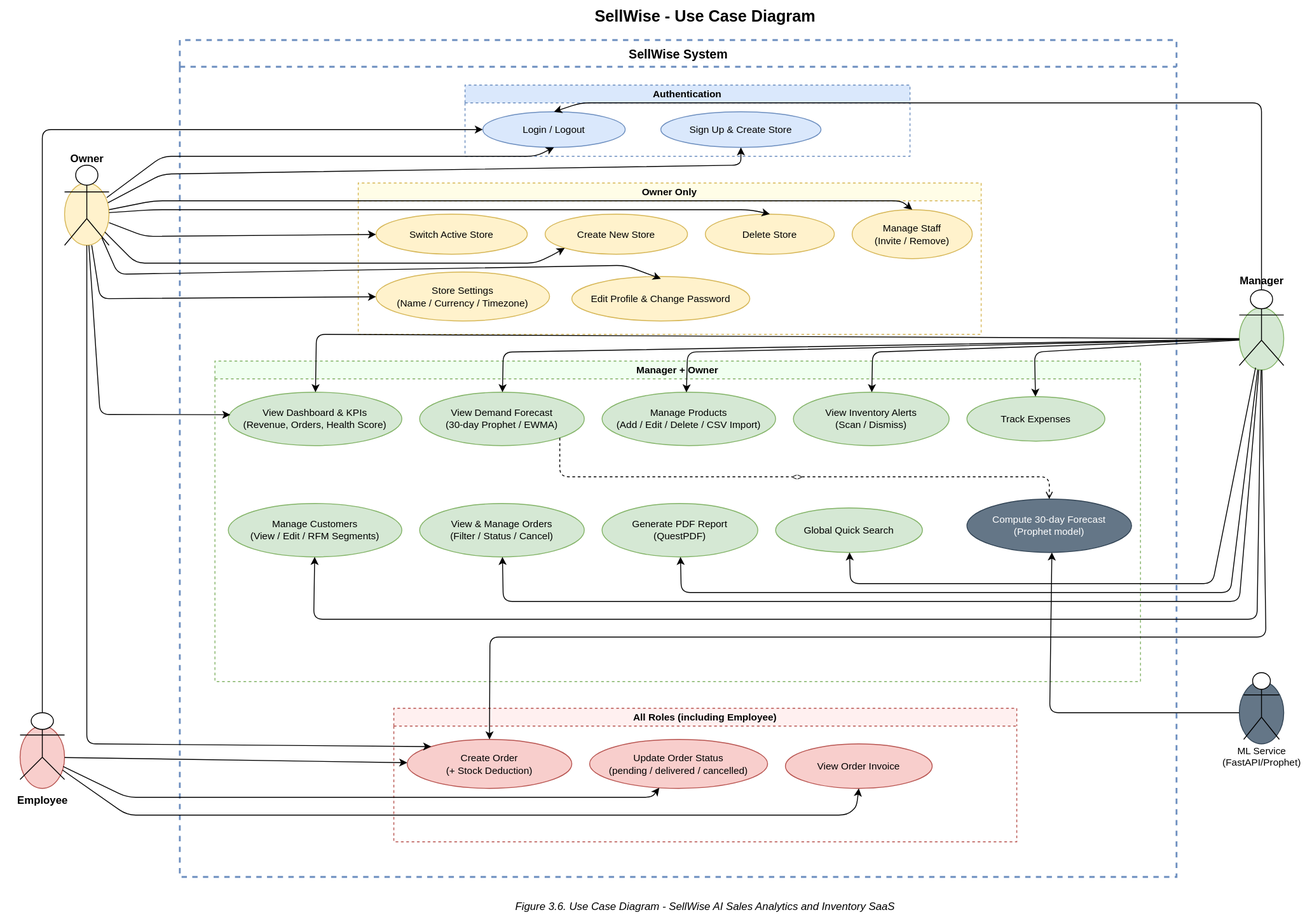
Before: diagrams/USE CASE Diagram.drawio.svg, a diagram exported from draw.io (mr-sohel/SellWise). Source tidied: cells renumbered, new cells last; positions are measured from the earlier drawing's top-left corner, leaving out a move shared by most shapes.
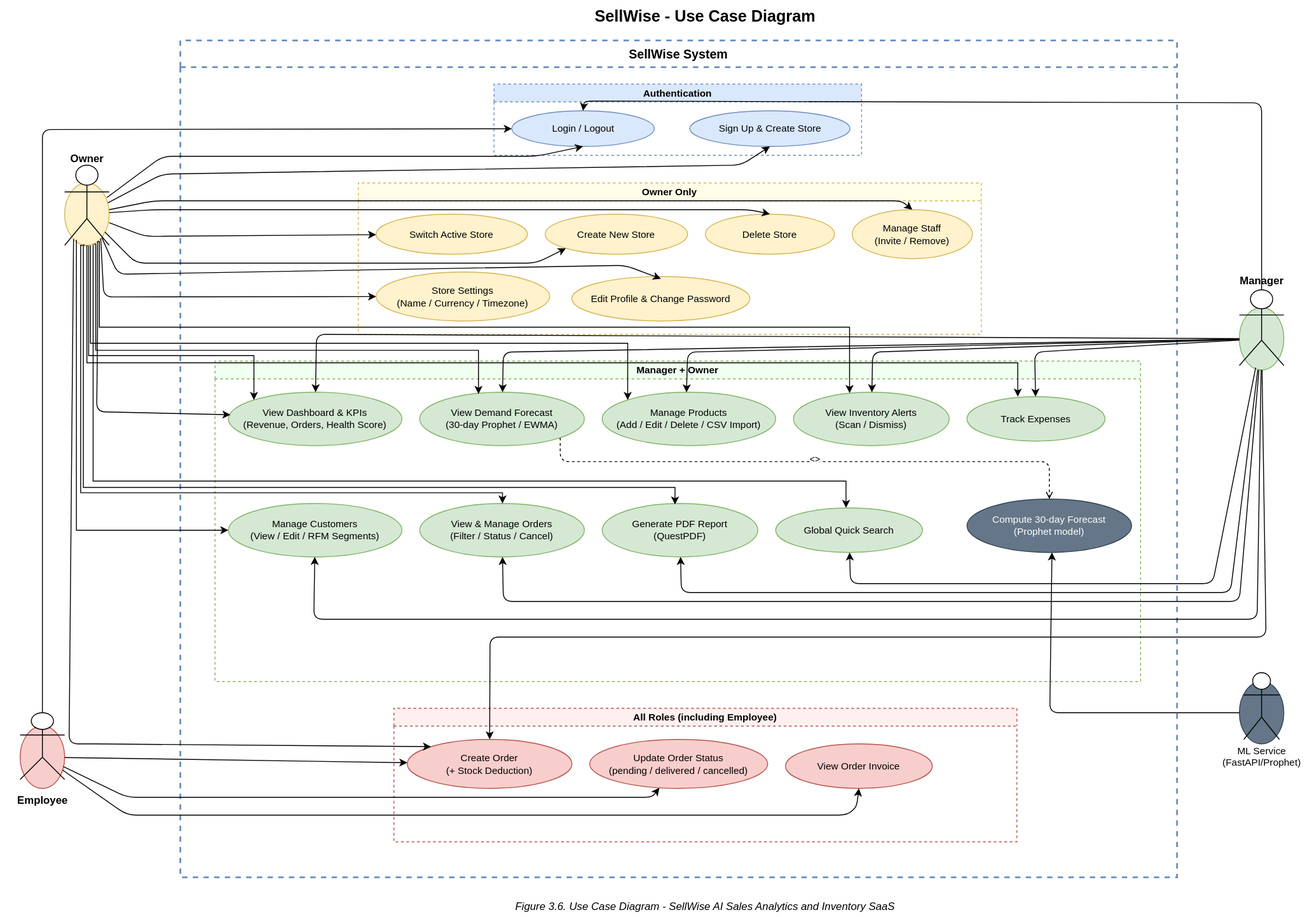
After the change.

The edit, as a diff of the source:
```diff
@@ -39,7 +39,7 @@
       <mxGeometry x="202" y="45" width="1120" height="940" as="geometry" />
     </mxCell>
     <mxCell id="14" value="Authentication" style="swimlane;startSize=20;fillColor=#dae8fc;strokeColor=#6c8ebf;fontSize=11;fontStyle=1;dashed=1;" parent="13" vertex="1">
-      <mxGeometry x="320" y="50" width="500" height="80" as="geometry" />
+      <mxGeometry x="352.5" y="49" width="413" height="80" as="geometry" />
     </mxCell>
     <mxCell id="15" value="Login / Logout" style="ellipse;whiteSpace=wrap;html=1;fillColor=#dae8fc;strokeColor=#6c8ebf;fontSize=11;" parent="14" vertex="1">
       <mxGeometry x="20" y="30" width="160" height="40" as="geometry" />
@@ -111,10 +111,10 @@
       <mxGeometry x="845" y="155" width="185" height="60" as="geometry" />
     </mxCell>
     <mxCell id="36" value="&lt;&lt;include&gt;&gt;" style="edgeStyle=orthogonalEdgeStyle;html=1;dashed=1;endArrow=open;endFill=0;fontSize=10;exitX=1;exitY=1;exitDx=0;exitDy=0;entryX=0.5;entryY=0;entryDx=0;entryDy=0;" parent="25" edge="1" source="27" target="35">
-      <mxGeometry relative="1" as="geometry">
+      <mxGeometry x="0.01" y="3" relative="1" as="geometry">
         <Array as="points">
-          <mxPoint x="388" y="130" />
-          <mxPoint x="938" y="130" />
+          <mxPoint x="388" y="113" />
+          <mxPoint x="937" y="113" />
         </Array>
       </mxGeometry>
     </mxCell>
@@ -130,6 +130,43 @@
     <mxCell id="40" value="View Order Invoice" style="ellipse;whiteSpace=wrap;html=1;fillColor=#f8cecc;strokeColor=#b85450;fontSize=11;" parent="37" vertex="1">
       <mxGeometry x="440" y="40" width="165" height="50" as="geometry" />
     </mxCell>
+    <mxCell id="79" style="edgeStyle=orthogonalEdgeStyle;rounded=0;jettySize=auto;html=1;exitX=0.5;exitY=1;exitDx=0;exitDy=0;exitPerimeter=0;" parent="1" edge="1" source="41">
+      <mxGeometry relative="1" as="geometry">
+        <mxPoint x="564" y="565" as="targetPoint" />
+        <Array as="points">
+          <mxPoint x="90" y="275" />
+          <mxPoint x="90" y="553" />
+          <mxPoint x="564" y="553" />
+        </Array>
+      </mxGeometry>
+    </mxCell>
+    <mxCell id="80" style="edgeStyle=orthogonalEdgeStyle;rounded=0;orthogonalLoop=1;jettySize=auto;html=1;entryX=0.5;entryY=0;entryDx=0;entryDy=0;exitX=0.709;exitY=0.944;exitDx=0;exitDy=0;exitPerimeter=0;" parent="1" edge="1">
+      <mxGeometry relative="1" as="geometry">
+        <mxPoint x="104" y="271" as="sourcePoint" />
+        <mxPoint x="950" y="569.9" as="targetPoint" />
+        <Array as="points">
+          <mxPoint x="104.5" y="539.9" />
+          <mxPoint x="949.5" y="539.9" />
+        </Array>
+      </mxGeometry>
+    </mxCell>
+    <mxCell id="81" style="edgeStyle=orthogonalEdgeStyle;rounded=0;jettySize=auto;html=1;exitX=0.5;exitY=1;exitDx=0;exitDy=0;exitPerimeter=0;entryX=0;entryY=0;entryDx=0;entryDy=0;" parent="1" edge="1" source="41" target="26">
+      <mxGeometry relative="1" as="geometry">
+        <Array as="points">
+          <mxPoint x="99" y="275" />
+          <mxPoint x="99" y="399" />
+          <mxPoint x="285" y="399" />
+        </Array>
+      </mxGeometry>
+    </mxCell>
+    <mxCell id="82" style="edgeStyle=orthogonalEdgeStyle;rounded=0;jettySize=auto;html=1;entryX=0;entryY=0;entryDx=0;entryDy=0;" parent="1" edge="1" source="41" target="28">
+      <mxGeometry relative="1" as="geometry">
+        <Array as="points">
+          <mxPoint x="101" y="385" />
+          <mxPoint x="705" y="385" />
+        </Array>
+      </mxGeometry>
+    </mxCell>
     <mxCell id="41" style="shape=mxgraph.flowchart.start_2;fillColor=#fff2cc;strokeColor=#d6b656;fontSize=12;" parent="1" vertex="1">
       <mxGeometry x="72" y="205" width="50" height="70" as="geometry" />
     </mxCell>
@@ -203,23 +240,26 @@
         </Array>
       </mxGeometry>
     </mxCell>
-    <mxCell id="55" style="edgeStyle=none;html=1;" parent="1" edge="1" source="41" target="22">
+    <mxCell id="55" style="edgeStyle=none;html=1;exitX=0.811;exitY=0.894;exitDx=0;exitDy=0;exitPerimeter=0;" parent="1" edge="1" source="41" target="22">
       <mxGeometry relative="1" as="geometry">
         <Array as="points">
-          <mxPoint x="112" y="335" />
+          <mxPoint x="116" y="333" />
         </Array>
       </mxGeometry>
     </mxCell>
-    <mxCell id="56" style="edgeStyle=none;html=1;entryX=0.012;entryY=0.422;entryDx=0;entryDy=0;entryPerimeter=0;" parent="1" edge="1" source="41" target="26">
+    <mxCell id="56" style="edgeStyle=none;html=1;entryX=0.012;entryY=0.422;entryDx=0;entryDy=0;entryPerimeter=0;exitX=0.74;exitY=0.938;exitDx=0;exitDy=0;exitPerimeter=0;" parent="1" edge="1" source="41" target="26">
       <mxGeometry relative="1" as="geometry">
         <Array as="points">
-          <mxPoint x="112" y="465" />
+          <mxPoint x="109" y="368" />
+          <mxPoint x="108" y="462" />
         </Array>
       </mxGeometry>
     </mxCell>
-    <mxCell id="57" style="edgeStyle=none;html=1;entryX=0;entryY=0;entryDx=0;entryDy=0;" parent="1" edge="1" source="41" target="38">
+    <mxCell id="57" style="edgeStyle=none;html=1;entryX=0;entryY=0;entryDx=0;entryDy=0;" parent="1" edge="1" target="38">
       <mxGeometry relative="1" as="geometry">
+        <mxPoint x="82" y="268" as="sourcePoint" />
         <Array as="points">
+          <mxPoint x="77" y="835" />
           <mxPoint x="97" y="835" />
         </Array>
       </mxGeometry>
@@ -228,7 +268,7 @@
       <mxGeometry relative="1" as="geometry">
         <Array as="points">
           <mxPoint x="1417" y="115" />
-          <mxPoint x="652" y="115" />
+          <mxPoint x="656" y="113" />
         </Array>
       </mxGeometry>
     </mxCell>
@@ -347,6 +387,24 @@
     <mxCell id="74" value="Figure 3.6. Use Case Diagram - SellWise AI Sales Analytics and Inventory SaaS" style="text;html=1;strokeColor=none;fillColor=none;align=center;verticalAlign=middle;whiteSpace=wrap;rounded=0;fontSize=12;fontStyle=2;" parent="1" vertex="1">
       <mxGeometry x="392" y="1005" width="800" height="25" as="geometry" />
     </mxCell>
+    <mxCell id="83" style="edgeStyle=orthogonalEdgeStyle;rounded=0;jettySize=auto;html=1;entryX=0;entryY=0.5;entryDx=0;entryDy=0;exitX=0.264;exitY=0.913;exitDx=0;exitDy=0;exitPerimeter=0;" parent="1" edge="1" source="41" target="31">
+      <mxGeometry relative="1" as="geometry">
+        <Array as="points">
+          <mxPoint x="85" y="595" />
+        </Array>
+      </mxGeometry>
+    </mxCell>
+    <mxCell id="84" style="edgeStyle=orthogonalEdgeStyle;rounded=0;orthogonalLoop=1;jettySize=auto;html=1;" parent="1" edge="1">
+      <mxGeometry relative="1" as="geometry">
+        <mxPoint x="94" y="274" as="sourcePoint" />
+        <mxPoint x="757.9" y="566.2" as="targetPoint" />
+        <Array as="points">
+          <mxPoint x="93" y="275" />
+          <mxPoint x="93" y="547" />
+          <mxPoint x="758" y="547" />
+        </Array>
+      </mxGeometry>
+    </mxCell>
     <mxCell id="75" style="shape=umlActor;verticalLabelPosition=bottom;verticalAlign=top;html=1;" parent="1" vertex="1">
       <mxGeometry x="72" y="185" width="50" height="90" as="geometry" />
     </mxCell>
@@ -359,5 +417,33 @@
     <mxCell id="78" style="shape=umlActor;verticalLabelPosition=bottom;verticalAlign=top;html=1;" parent="1" vertex="1">
       <mxGeometry x="22" y="800" width="50" height="75" as="geometry" />
     </mxCell>
+    <mxCell id="85" style="edgeStyle=orthogonalEdgeStyle;rounded=0;jettySize=auto;html=1;entryX=0.357;entryY=0.033;entryDx=0;entryDy=0;entryPerimeter=0;exitX=0.66;exitY=0.981;exitDx=0;exitDy=0;exitPerimeter=0;" parent="1" edge="1" source="41" target="27">
+      <mxGeometry relative="1" as="geometry">
+        <Array as="points">
+          <mxPoint x="107" y="274" />
+          <mxPoint x="107" y="393" />
+          <mxPoint x="537" y="393" />
+        </Array>
+      </mxGeometry>
+    </mxCell>
+    <mxCell id="86" style="edgeStyle=orthogonalEdgeStyle;rounded=0;jettySize=auto;html=1;entryX=0.36;entryY=0.017;entryDx=0;entryDy=0;entryPerimeter=0;exitX=0.743;exitY=0.938;exitDx=0;exitDy=0;exitPerimeter=0;" parent="1" edge="1" source="41" target="29">
+      <mxGeometry relative="1" as="geometry">
+        <Array as="points">
+          <mxPoint x="111" y="271" />
+          <mxPoint x="111" y="367" />
+          <mxPoint x="954" y="367" />
+        </Array>
+      </mxGeometry>
+    </mxCell>
+    <mxCell id="87" style="edgeStyle=orthogonalEdgeStyle;rounded=0;jettySize=auto;html=1;entryX=0.342;entryY=0;entryDx=0;entryDy=0;entryPerimeter=0;exitX=0.5;exitY=1;exitDx=0;exitDy=0;exitPerimeter=0;" parent="1" edge="1" source="41">
+      <mxGeometry relative="1" as="geometry">
+        <mxPoint x="1143" y="445" as="targetPoint" />
+        <Array as="points">
+          <mxPoint x="97" y="275" />
+          <mxPoint x="97" y="407" />
+          <mxPoint x="1143" y="407" />
+        </Array>
+      </mxGeometry>
+    </mxCell>
   </root>
 </mxGraphModel>
```
